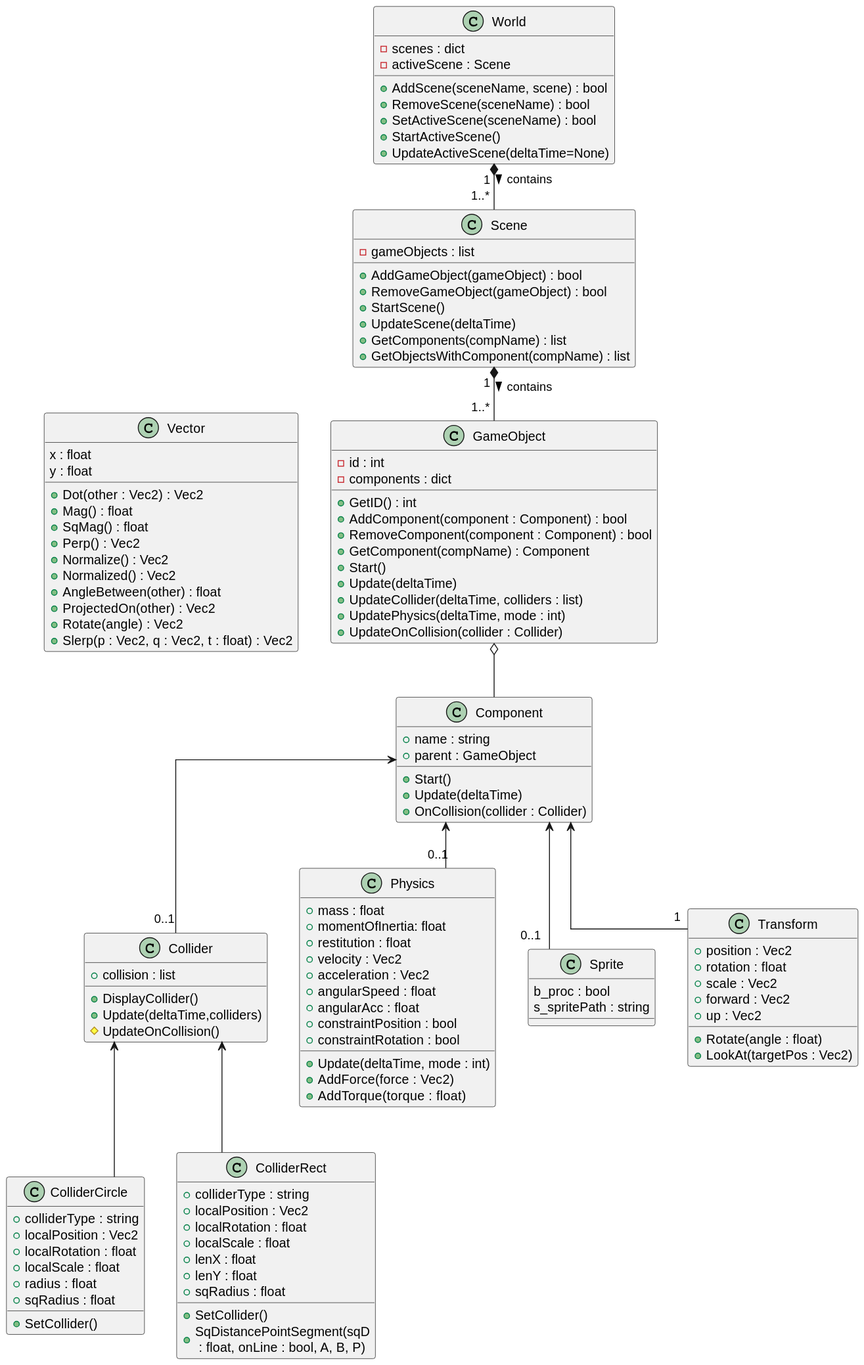
Earlier version of the PlantUML export README-Graphics/Bouncy-Balls/UML-Diagrams/UML-Diagrams.svg (DantezMine/Bouncy-Balls).
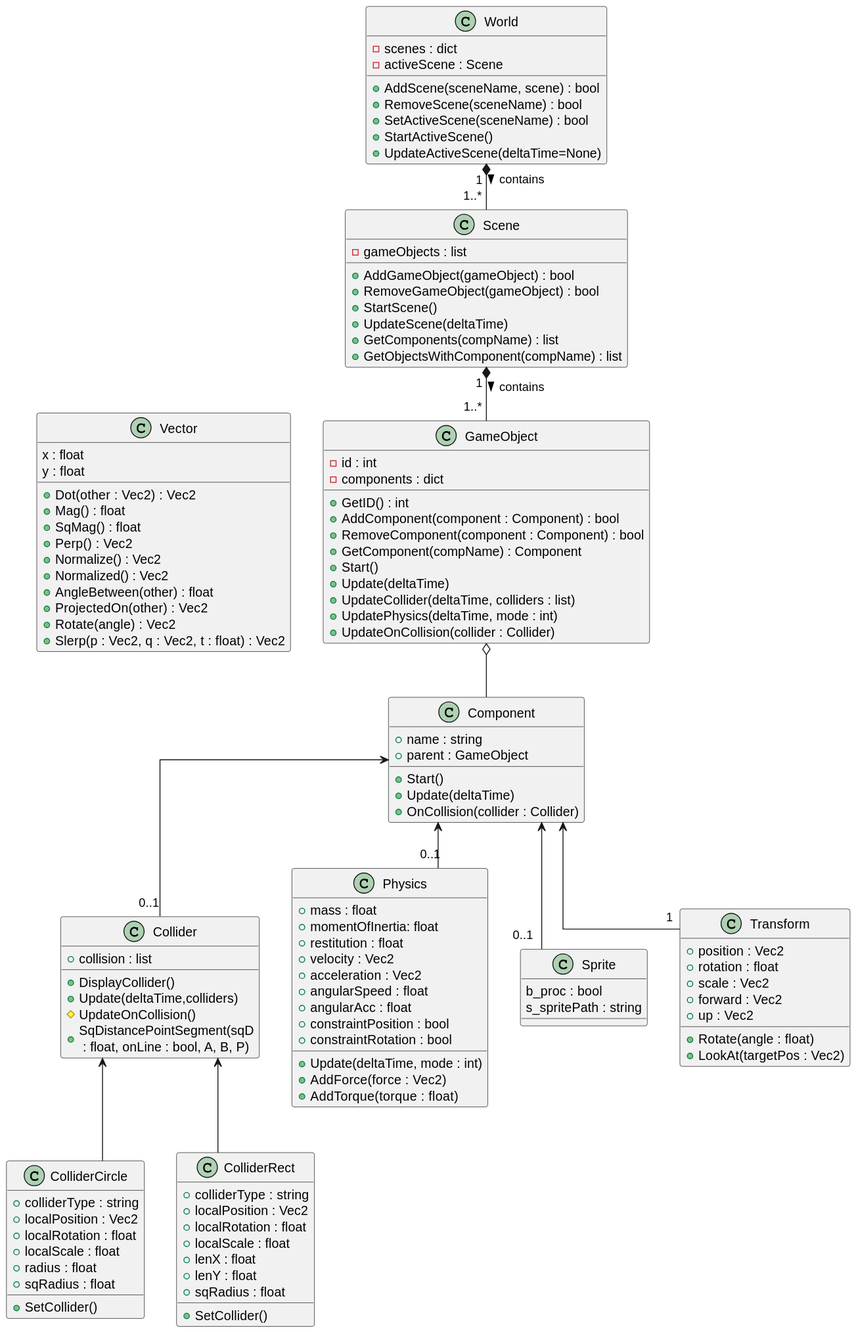
The same diagram one commit later.

Change to the diagram source:
```diff
@@ -63,6 +63,7 @@
         {method} + DisplayCollider()
         {method} + Update(deltaTime,colliders)
         {method} # UpdateOnCollision()
+        {method} + SqDistancePointSegment(sqD\n : float, onLine : bool, A, B, P)
     }
 
     together{
@@ -75,7 +76,6 @@
         {field} + lenY : float
         {field} + sqRadius : float
         {method} + SetCollider()
-        {method} + SqDistancePointSegment(sqD\n : float, onLine : bool, A, B, P)
     }
 
     class ColliderCircle{
```
